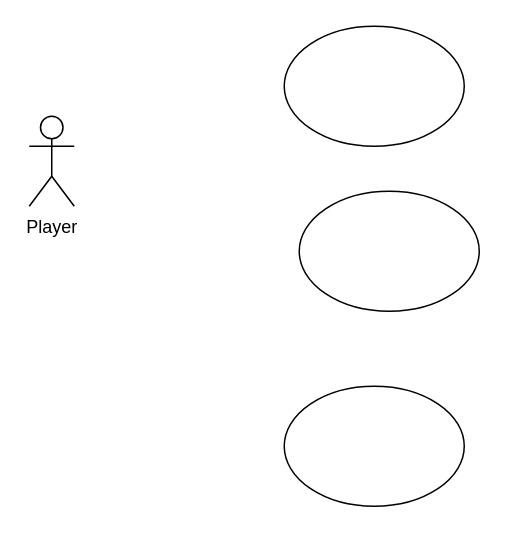
birdboiboi/No_Longer_Human keeps this draw.io diagram as NoLongerHuman.drawio. Above is the earlier version. Source tidied: cells renumbered, new cells numbered last; positions are measured from the earlier drawing's top-left corner, leaving out a move shared by most shapes. Both pictures are drawn from the tidied source at 150%, with x=0, y=0 at pixel (28, 26).
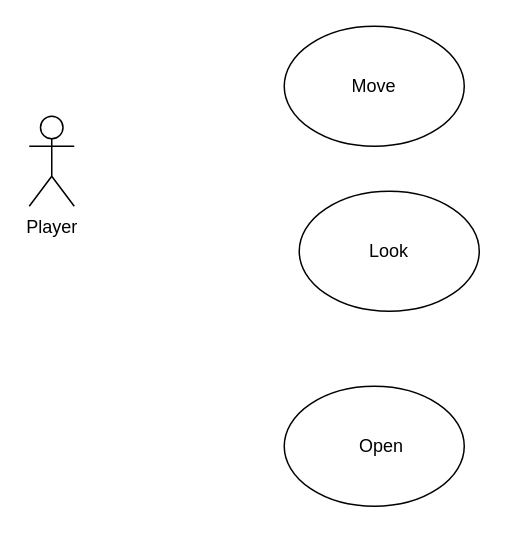
Above is the later version.

Commit message:
Populated three text boxes NoLongerHuman.drawio

What changed in the source:
```diff
@@
 <mxGraphModel>
   <root>
     <mxCell id="0" />
     <mxCell id="1" parent="0" />
     <mxCell id="2" value="Player" style="shape=umlActor;verticalLabelPosition=bottom;verticalAlign=top;html=1;" parent="1" vertex="1">
       <mxGeometry y="60" width="30" height="60" as="geometry" />
     </mxCell>
     <mxCell id="3" style="ellipse;whiteSpace=wrap;html=1;" parent="1" vertex="1">
       <mxGeometry x="180" y="110" width="120" height="80" as="geometry" />
     </mxCell>
     <mxCell id="4" style="ellipse;whiteSpace=wrap;html=1;" parent="1" vertex="1">
       <mxGeometry x="170" y="240" width="120" height="80" as="geometry" />
     </mxCell>
     <mxCell id="5" style="ellipse;whiteSpace=wrap;html=1;" parent="1" vertex="1">
       <mxGeometry x="170" width="120" height="80" as="geometry" />
     </mxCell>
+    <mxCell id="6" value="Move" style="text;html=1;strokeColor=none;fillColor=none;align=center;verticalAlign=middle;whiteSpace=wrap;rounded=0;" parent="1" vertex="1">
+      <mxGeometry x="210" y="30" width="40" height="20" as="geometry" />
+    </mxCell>
+    <mxCell id="7" value="Look" style="text;html=1;strokeColor=none;fillColor=none;align=center;verticalAlign=middle;whiteSpace=wrap;rounded=0;" parent="1" vertex="1">
+      <mxGeometry x="220" y="140" width="40" height="20" as="geometry" />
+    </mxCell>
+    <mxCell id="8" value="Open" style="text;html=1;strokeColor=none;fillColor=none;align=center;verticalAlign=middle;whiteSpace=wrap;rounded=0;" parent="1" vertex="1">
+      <mxGeometry x="215" y="270" width="40" height="20" as="geometry" />
+    </mxCell>
   </root>
 </mxGraphModel>
```
